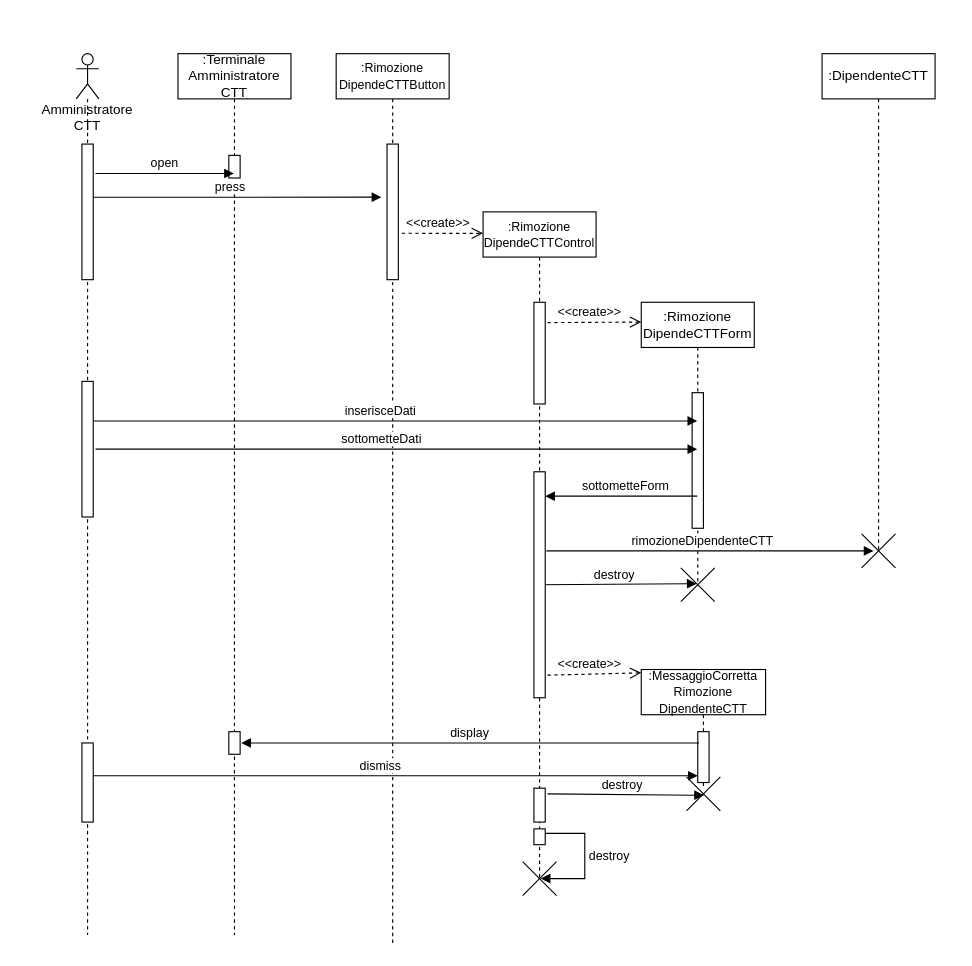
Before: System Definition/Sequence diagrams/draw.io/RimozioneDipendenteCTT.drawio in MarcoRuta/Sistema-gestione-CCS-CTT-UnaRegione, a draw.io diagram. Source tidied: cells renumbered, new cells numbered last; positions are measured from the earlier drawing's top-left corner, leaving out a move shared by most shapes. Both pictures are drawn from the tidied source at 113%, with x=0, y=0 at pixel (76, 53).
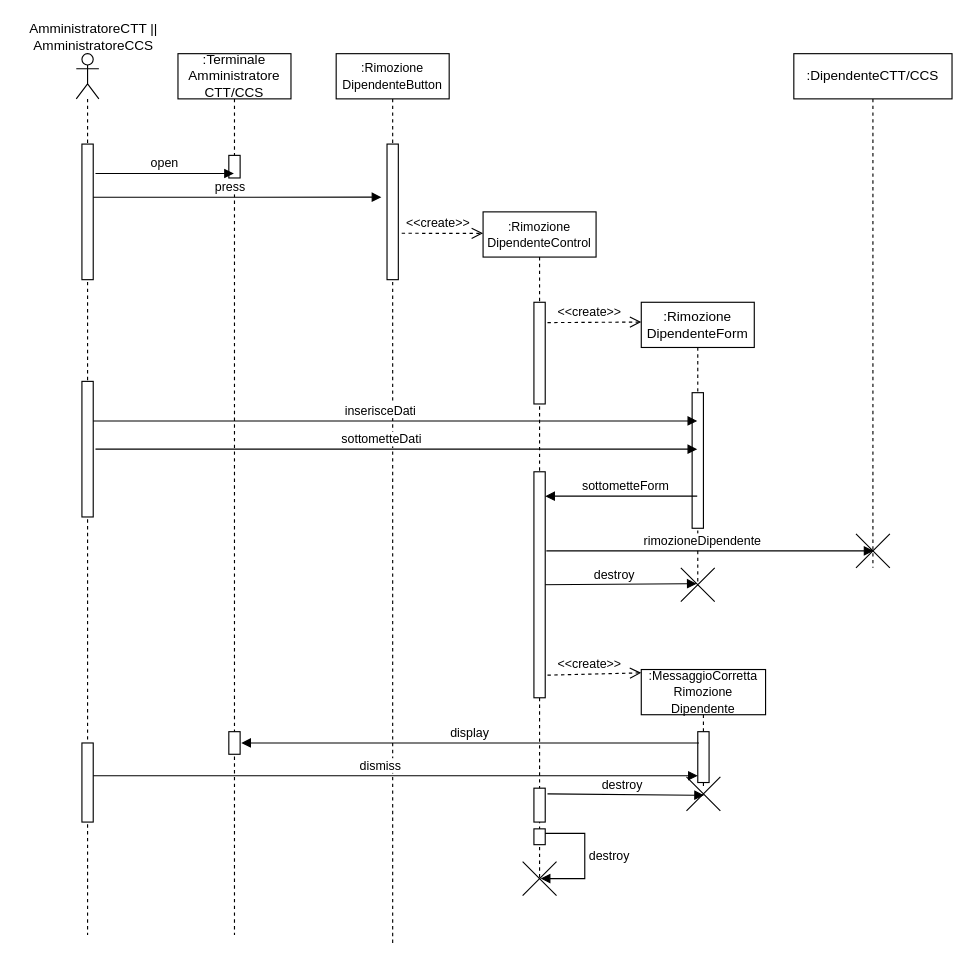
The same page after the edit.

Unchanged cells that the change refers to:
```xml
<mxCell id="35" style="shape=umlDestroy;whiteSpace=wrap;html=1;strokeWidth=1;" parent="1" vertex="1">
  <mxGeometry x="535" y="455" width="30" height="30" as="geometry" />
</mxCell>
```

The edit, as a diff of the source:
```diff
@@
-    <mxCell id="2" value="destroy" style="edgeStyle=orthogonalEdgeStyle;html=1;align=left;spacingLeft=2;endArrow=block;rounded=0;" parent="1" edge="1">
-      <mxGeometry relative="1" as="geometry">
-        <mxPoint x="411" y="690" as="sourcePoint" />
-        <mxPoint x="411" y="730" as="targetPoint" />
-        <Array as="points">
-          <mxPoint x="450" y="690" />
-          <mxPoint x="450" y="730" />
-          <mxPoint x="420" y="730" />
-        </Array>
-      </mxGeometry>
-    </mxCell>
-    <mxCell id="3" value="destroy" style="html=1;verticalAlign=bottom;endArrow=block;entryX=0.467;entryY=0.467;entryDx=0;entryDy=0;entryPerimeter=0;" parent="1" edge="1" target="35">
-      <mxGeometry x="-0.05" relative="1" as="geometry">
-        <mxPoint x="409" y="470" as="sourcePoint" />
-      </mxGeometry>
-    </mxCell>
-    <mxCell id="4" value="Amministratore CTT" style="shape=umlLifeline;participant=umlActor;perimeter=lifelinePerimeter;whiteSpace=wrap;html=1;verticalAlign=top;spacingTop=36;size=40;" parent="1" vertex="1">
+    <mxCell id="4" style="shape=umlLifeline;participant=umlActor;perimeter=lifelinePerimeter;whiteSpace=wrap;html=1;verticalAlign=top;spacingTop=36;size=40;" parent="1" vertex="1">
       <mxGeometry width="20" height="780" as="geometry" />
     </mxCell>
@@
+    <mxCell id="2" value="destroy" style="edgeStyle=orthogonalEdgeStyle;html=1;align=left;spacingLeft=2;endArrow=block;rounded=0;" parent="1" edge="1">
+      <mxGeometry relative="1" as="geometry">
+        <mxPoint x="411" y="690" as="sourcePoint" />
+        <mxPoint x="411" y="730" as="targetPoint" />
+        <Array as="points">
+          <mxPoint x="450" y="690" />
+          <mxPoint x="450" y="730" />
+          <mxPoint x="420" y="730" />
+        </Array>
+      </mxGeometry>
+    </mxCell>
+    <mxCell id="3" value="destroy" style="html=1;verticalAlign=bottom;endArrow=block;entryX=0.467;entryY=0.467;entryDx=0;entryDy=0;entryPerimeter=0;" parent="1" edge="1" target="35">
+      <mxGeometry x="-0.05" relative="1" as="geometry">
+        <mxPoint x="409" y="470" as="sourcePoint" />
+      </mxGeometry>
+    </mxCell>
-    <mxCell id="8" value=":Terminale Amministratore CTT" style="shape=umlLifeline;perimeter=lifelinePerimeter;whiteSpace=wrap;html=1;outlineConnect=0;size=40;" parent="1" vertex="1">
+    <mxCell id="8" value=":Terminale Amministratore CTT/CCS" style="shape=umlLifeline;perimeter=lifelinePerimeter;whiteSpace=wrap;html=1;outlineConnect=0;size=40;" parent="1" vertex="1">
       <mxGeometry x="90" width="100" height="780" as="geometry" />
     </mxCell>
@@
-    <mxCell id="12" value="&lt;font style=&quot;font-size: 11px&quot;&gt;:Rimozione DipendeCTTButton&lt;/font&gt;" style="shape=umlLifeline;perimeter=lifelinePerimeter;whiteSpace=wrap;html=1;size=40;" parent="1" vertex="1">
+    <mxCell id="12" value="&lt;font style=&quot;font-size: 11px&quot;&gt;:Rimozione DipendenteButton&lt;/font&gt;" style="shape=umlLifeline;perimeter=lifelinePerimeter;whiteSpace=wrap;html=1;size=40;" parent="1" vertex="1">
       <mxGeometry x="230" width="100" height="790" as="geometry" />
     </mxCell>
@@
-    <mxCell id="16" value="&lt;font style=&quot;font-size: 11px&quot;&gt;:Rimozione &lt;/font&gt;&lt;font style=&quot;font-size: 11px&quot;&gt;DipendeCTTControl&lt;/font&gt;" style="shape=umlLifeline;perimeter=lifelinePerimeter;whiteSpace=wrap;html=1;size=40;" parent="1" vertex="1">
+    <mxCell id="16" value="&lt;font style=&quot;font-size: 11px&quot;&gt;:Rimozione &lt;/font&gt;&lt;font style=&quot;font-size: 11px&quot;&gt;DipendenteControl&lt;/font&gt;" style="shape=umlLifeline;perimeter=lifelinePerimeter;whiteSpace=wrap;html=1;size=40;" parent="1" vertex="1">
       <mxGeometry x="360" y="140" width="100" height="590" as="geometry" />
     </mxCell>
@@
-    <mxCell id="22" value=":Rimozione DipendeCTTForm" style="shape=umlLifeline;perimeter=lifelinePerimeter;whiteSpace=wrap;html=1;outlineConnect=0;size=40;" parent="1" vertex="1">
+    <mxCell id="22" value=":Rimozione DipendenteForm" style="shape=umlLifeline;perimeter=lifelinePerimeter;whiteSpace=wrap;html=1;outlineConnect=0;size=40;" parent="1" vertex="1">
       <mxGeometry x="500" y="220" width="100" height="250" as="geometry" />
     </mxCell>
@@
-    <mxCell id="28" value=":DipendenteCTT" style="shape=umlLifeline;perimeter=lifelinePerimeter;whiteSpace=wrap;html=1;size=40;" parent="1" vertex="1">
-      <mxGeometry x="660" width="100" height="440" as="geometry" />
+    <mxCell id="28" value=":DipendenteCTT/CCS" style="shape=umlLifeline;perimeter=lifelinePerimeter;whiteSpace=wrap;html=1;size=40;" parent="1" vertex="1">
+      <mxGeometry x="635" width="140" height="455" as="geometry" />
     </mxCell>
     <mxCell id="29" style="shape=umlDestroy;whiteSpace=wrap;html=1;strokeWidth=1;" parent="28" vertex="1">
-      <mxGeometry x="35" y="425" width="30" height="30" as="geometry" />
+      <mxGeometry x="55" y="425" width="30" height="30" as="geometry" />
     </mxCell>
-    <mxCell id="30" value="rimozioneDipendenteCTT" style="html=1;verticalAlign=bottom;endArrow=block;" parent="1" edge="1">
+    <mxCell id="30" value="rimozioneDipendente" style="html=1;verticalAlign=bottom;endArrow=block;" parent="1" edge="1">
       <mxGeometry x="-0.05" relative="1" as="geometry">
         <mxPoint x="416" y="440" as="sourcePoint" />
         <mxPoint x="705.5" y="440" as="targetPoint" />
       </mxGeometry>
     </mxCell>
@@
-    <mxCell id="32" value="&lt;font style=&quot;font-size: 11px&quot;&gt;:MessaggioCorretta Rimozione DipendenteCTT&lt;/font&gt;" style="shape=umlLifeline;perimeter=lifelinePerimeter;whiteSpace=wrap;html=1;outlineConnect=0;" parent="1" vertex="1">
+    <mxCell id="32" value="&lt;font style=&quot;font-size: 11px&quot;&gt;:MessaggioCorretta Rimozione Dipendente&lt;/font&gt;" style="shape=umlLifeline;perimeter=lifelinePerimeter;whiteSpace=wrap;html=1;outlineConnect=0;" parent="1" vertex="1">
       <mxGeometry x="500" y="545" width="110" height="105" as="geometry" />
     </mxCell>
@@
+    <mxCell id="39" value="AmministratoreCTT ||&lt;br&gt;AmministratoreCCS" style="text;html=1;align=center;verticalAlign=middle;" parent="1" vertex="1">
+      <mxGeometry x="-50" y="-30" width="130" height="30" as="geometry" />
+    </mxCell>
```
